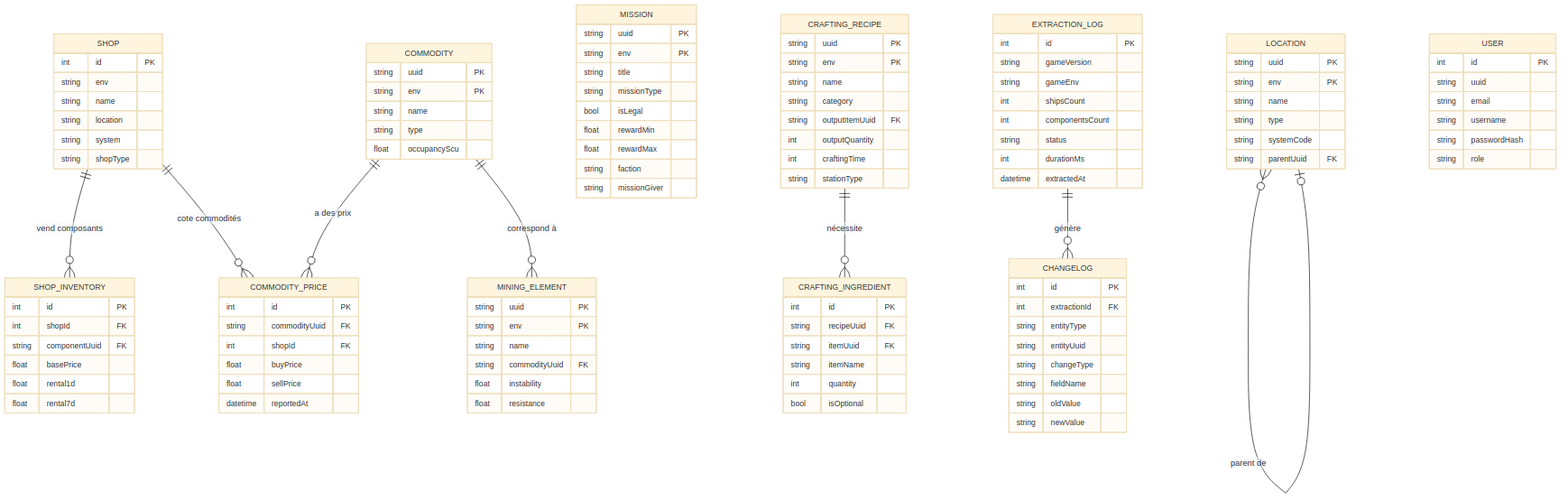
Earlier version of the Mermaid export docs/diagrams/02b_er_economy_meta.png (ampynjord/starvis). Its source is kept beside it as docs/diagrams/02b_er_economy_meta.mmd.
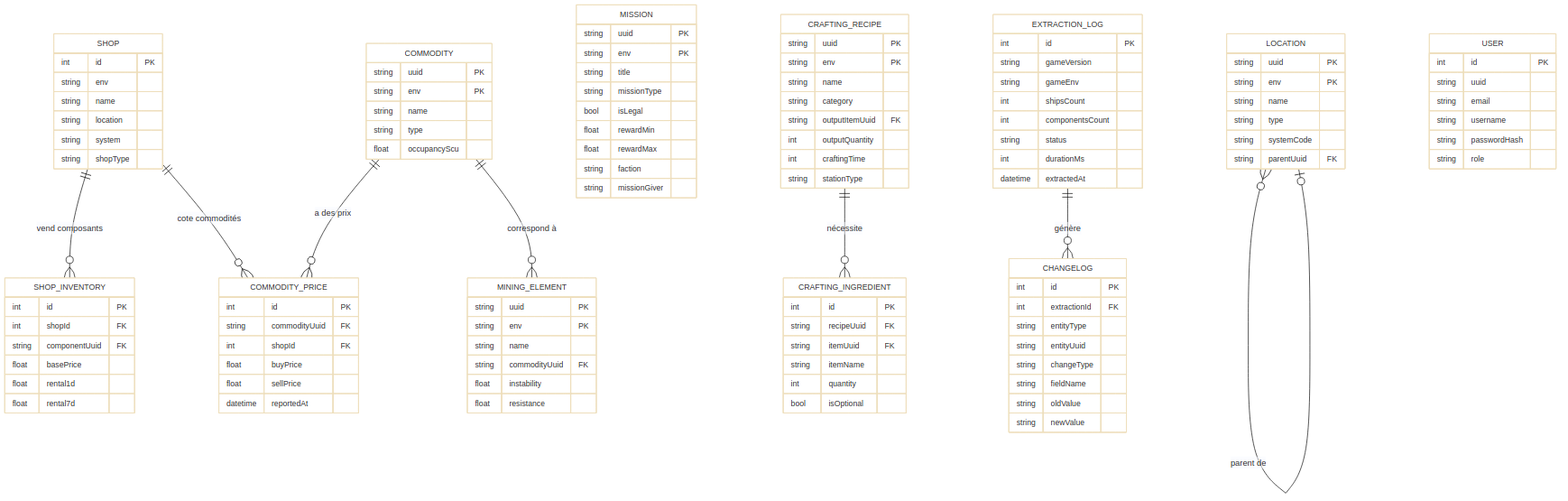
Above is the later version.

The edit, as a diff of the source:
```diff
@@ -1,4 +1,4 @@
-%%{init: {'theme': 'base', 'themeVariables': {'fontSize': '13px', 'fontFamily': 'Arial'}, 'er': {'diagramPadding': 20, 'entityPadding': 10, 'useMaxWidth': true}}}%%
+%%{init: {'theme': 'base', 'themeVariables': {'background': '#ffffff', 'mainBkg': '#ffffff', 'fontSize': '13px', 'fontFamily': 'Arial'}, 'er': {'diagramPadding': 20, 'entityPadding': 10, 'useMaxWidth': true}}}%%
 erDiagram
     COMMODITY {
         string uuid PK
```
